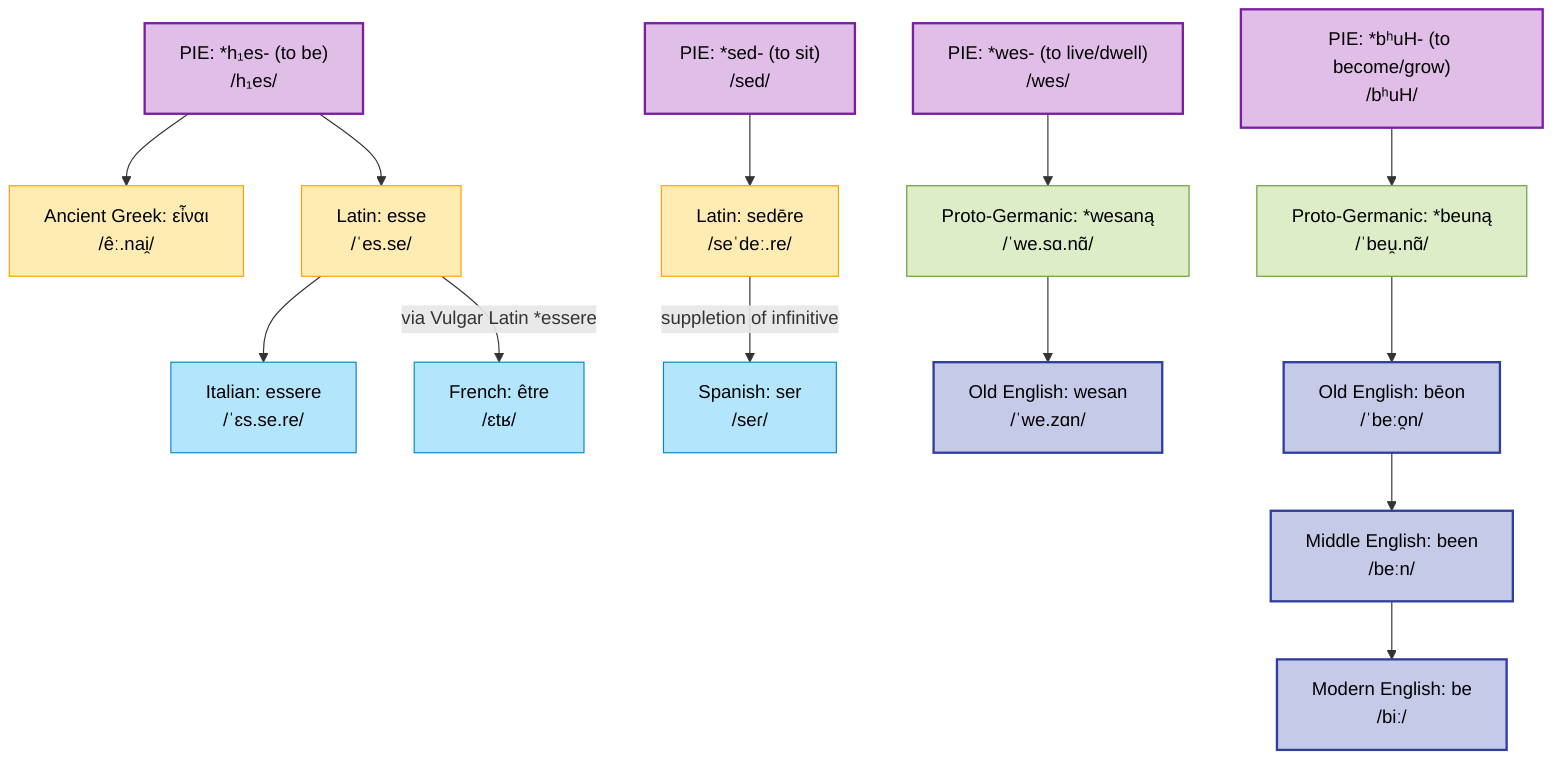
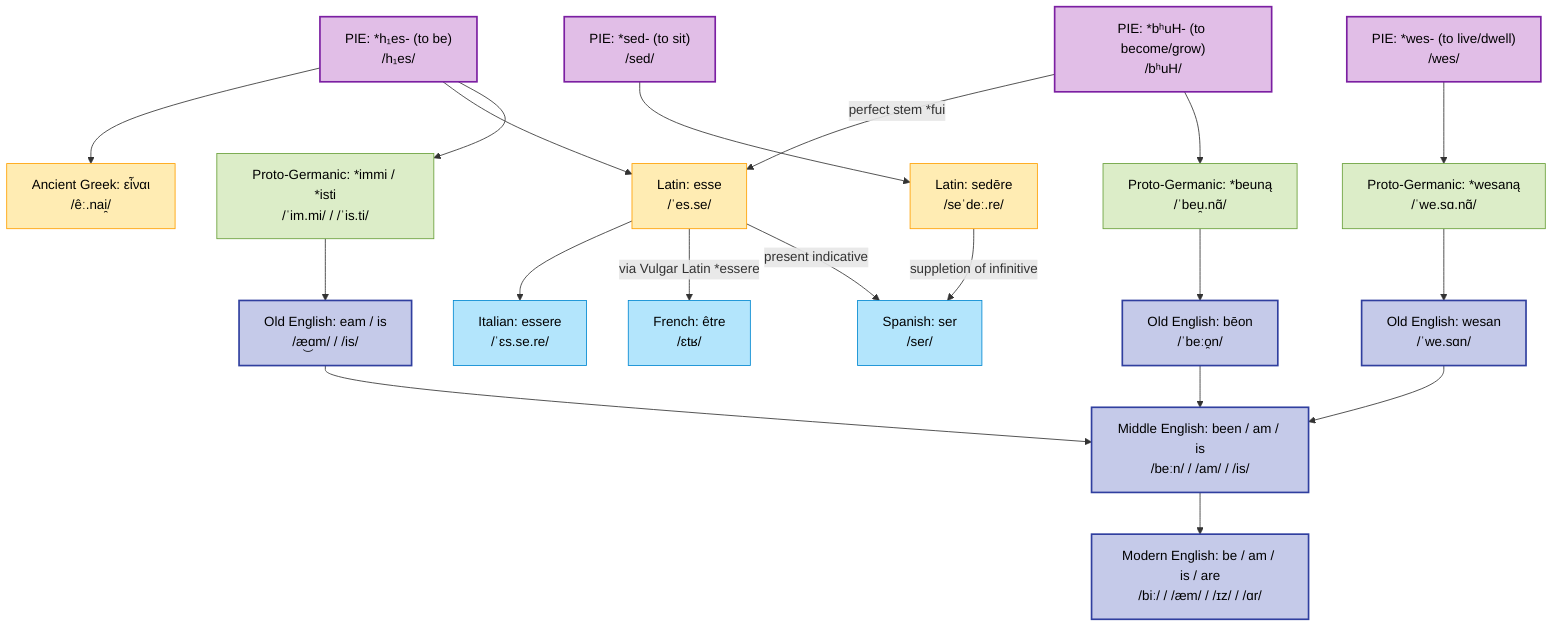
graph TD
-     %% Material UI Tonal Palette Definitions (Legibility focused)
+     %% Material UI Tonal Palette Definitions
    classDef pie fill:#E1BEE7,stroke:#7B1FA2,stroke-width:2px,color:#000;
    classDef ancient fill:#FFECB3,stroke:#FFA000,stroke-width:1px,color:#000;
    classDef romance fill:#B3E5FC,stroke:#0288D1,stroke-width:1px,color:#000;
    classDef germanic fill:#DCEDC8,stroke:#689F38,stroke-width:1px,color:#000;
    classDef english fill:#C5CAE9,stroke:#303F9F,stroke-width:2px,color:#000;

    %% Proto-Indo-European Roots
    PIE1["PIE: *h₁es- (to be)<br/>/h₁es/"]:::pie
    PIE2["PIE: *bʰuH- (to become/grow)<br/>/bʰuH/"]:::pie
    PIE3["PIE: *wes- (to live/dwell)<br/>/wes/"]:::pie
    PIE4["PIE: *sed- (to sit)<br/>/sed/"]:::pie

    %% Hellenic
    AG["Ancient Greek: εἶναι<br/>/êː.nai̯/"]:::ancient
    PIE1 --> AG

    %% Italic / Latin
    LAT1["Latin: esse<br/>/ˈes.se/"]:::ancient
    LAT2["Latin: sedēre<br/>/seˈdeː.re/"]:::ancient
+ 
    PIE1 --> LAT1
+     PIE2 -->|perfect stem *fui| LAT1
    PIE4 --> LAT2

    %% Romance
    ROM_IT["Italian: essere<br/>/ˈɛs.se.re/"]:::romance
    ROM_FR["French: être<br/>/ɛtʁ/"]:::romance
    ROM_ES["Spanish: ser<br/>/seɾ/"]:::romance

    LAT1 --> ROM_IT
    LAT1 -->|via Vulgar Latin *essere| ROM_FR
+     LAT1 -->|present indicative| ROM_ES
    LAT2 -->|suppletion of infinitive| ROM_ES

    %% Germanic
    PG1["Proto-Germanic: *wesaną<br/>/ˈwe.sɑ.nɑ̃/"]:::germanic
    PG2["Proto-Germanic: *beuną<br/>/ˈbeu̯.nɑ̃/"]:::germanic
+     PG3["Proto-Germanic: *immi / *isti<br/>/ˈim.mi/ / /ˈis.ti/"]:::germanic

    PIE3 --> PG1
    PIE2 --> PG2
+     PIE1 --> PG3

    %% English
-     OE1["Old English: wesan<br/>/ˈwe.zɑn/"]:::english
+     OE1["Old English: wesan<br/>/ˈwe.sɑn/"]:::english
    OE2["Old English: bēon<br/>/ˈbeːo̯n/"]:::english
+     OE3["Old English: eam / is<br/>/æ͜ɑm/ / /is/"]:::english

    PG1 --> OE1
    PG2 --> OE2
+     PG3 --> OE3

-     ME["Middle English: been<br/>/beːn/"]:::english
+     ME["Middle English: been / am / is<br/>/beːn/ / /am/ / /is/"]:::english
+     OE1 --> ME
    OE2 --> ME
+     OE3 --> ME

-     ModE["Modern English: be<br/>/biː/"]:::english
+     ModE["Modern English: be / am / is / are<br/>/biː/ / /æm/ / /ɪz/ / /ɑr/"]:::english
    ME --> ModE